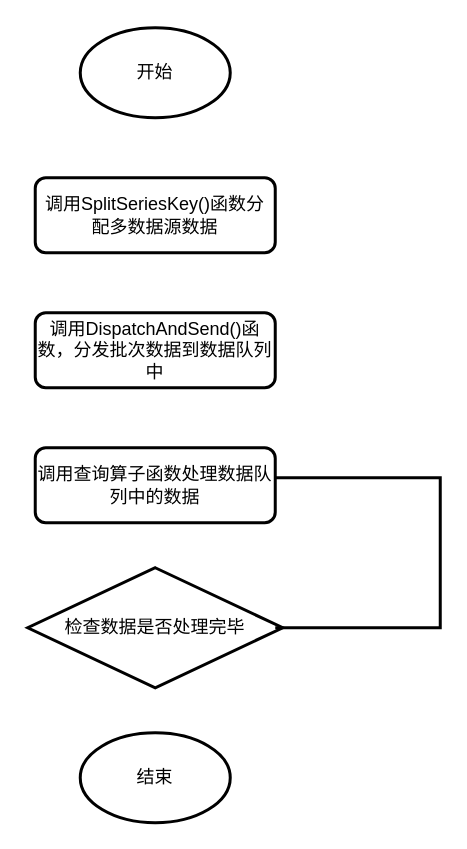
Above: patent1.drawio in LLThomas/LLThomas (draw.io), before the change. Source tidied: cells renumbered, new cells numbered last; positions are measured from the earlier drawing's top-left corner, leaving out a move shared by most shapes. Both pictures are drawn from the tidied source at 150%, with x=0, y=0 at pixel (27, 27).
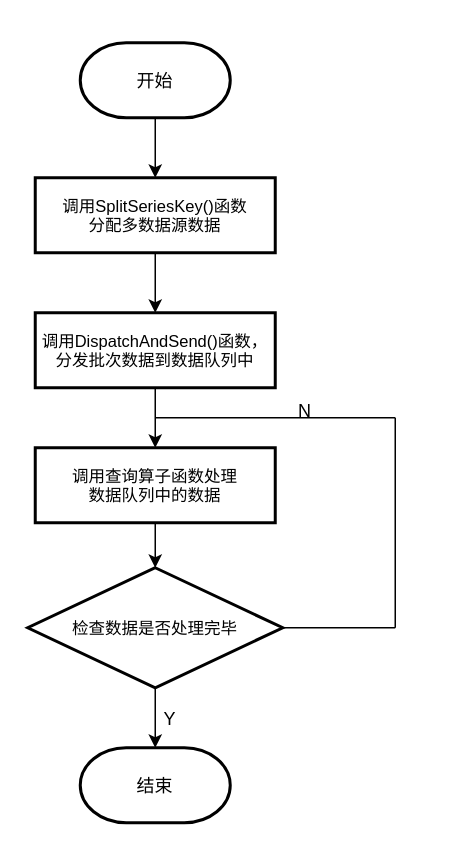
Above is the later version.

Change to the diagram source:
```diff
@@
-    <mxCell id="2" value="开始" style="strokeWidth=2;html=1;shape=mxgraph.flowchart.start_1;whiteSpace=wrap;" parent="1" vertex="1">
-      <mxGeometry x="35" width="100" height="60" as="geometry" />
-    </mxCell>
-    <mxCell id="3" value="调用SplitSeriesKey()函数分配多数据源数据" style="rounded=1;whiteSpace=wrap;html=1;absoluteArcSize=1;arcSize=14;strokeWidth=2;" parent="1" vertex="1">
+    <mxCell id="3" style="rounded=0;absoluteArcSize=1;arcSize=14;strokeWidth=2;fontSize=11;" parent="1" vertex="1">
       <mxGeometry x="5" y="100" width="160" height="50" as="geometry" />
     </mxCell>
-    <mxCell id="4" value="调用DispatchAndSend()函数，分发批次数据到数据队列中" style="rounded=1;whiteSpace=wrap;html=1;absoluteArcSize=1;arcSize=14;strokeWidth=2;" parent="1" vertex="1">
+    <mxCell id="4" style="rounded=0;absoluteArcSize=1;arcSize=14;strokeWidth=2;" parent="1" vertex="1">
       <mxGeometry x="5" y="190" width="160" height="50" as="geometry" />
     </mxCell>
-    <mxCell id="5" value="检查数据是否处理完毕" style="strokeWidth=2;html=1;shape=mxgraph.flowchart.decision;whiteSpace=wrap;" parent="1" vertex="1">
+    <mxCell id="5" value="检查数据是否处理完毕" style="strokeWidth=2;shape=mxgraph.flowchart.decision;fontSize=11;" parent="1" vertex="1">
       <mxGeometry y="360" width="170" height="80" as="geometry" />
     </mxCell>
+    <mxCell id="7" style="rounded=0;absoluteArcSize=1;arcSize=14;strokeWidth=2;fillColor=none;" parent="1" vertex="1">
+      <mxGeometry x="5" y="280" width="160" height="50" as="geometry" />
+    </mxCell>
+    <mxCell id="9" style="endArrow=classic;rounded=0;exitX=0.5;exitY=1;exitDx=0;exitDy=0;exitPerimeter=0;entryX=0.5;entryY=0;entryDx=0;entryDy=0;" parent="1" edge="1" source="2" target="3">
+      <mxGeometry relative="1" as="geometry" />
+    </mxCell>
+    <mxCell id="10" style="endArrow=classic;rounded=0;exitX=0.5;exitY=1;exitDx=0;exitDy=0;entryX=0.5;entryY=0;entryDx=0;entryDy=0;" parent="1" edge="1" source="3" target="4">
+      <mxGeometry relative="1" as="geometry" />
+    </mxCell>
+    <mxCell id="11" style="endArrow=classic;rounded=0;exitX=0.5;exitY=1;exitDx=0;exitDy=0;entryX=0.5;entryY=0;entryDx=0;entryDy=0;" parent="1" edge="1" source="4" target="7">
+      <mxGeometry relative="1" as="geometry" />
+    </mxCell>
+    <mxCell id="12" style="endArrow=classic;rounded=0;exitX=0.5;exitY=1;exitDx=0;exitDy=0;entryX=0.5;entryY=0;entryDx=0;entryDy=0;entryPerimeter=0;" parent="1" edge="1" source="7" target="5">
+      <mxGeometry relative="1" as="geometry" />
+    </mxCell>
+    <mxCell id="13" style="endArrow=classic;rounded=0;exitX=0.5;exitY=1;exitDx=0;exitDy=0;entryX=0.5;entryY=0;entryDx=0;entryDy=0;entryPerimeter=0;exitPerimeter=0;" parent="1" edge="1" source="5" target="6">
+      <mxGeometry relative="1" as="geometry" />
+    </mxCell>
+    <mxCell id="14" value="N" style="text;strokeColor=none;fillColor=none;align=center;verticalAlign=middle;rounded=0;" parent="1" vertex="1">
+      <mxGeometry x="155" y="240" width="60" height="30" as="geometry" />
+    </mxCell>
+    <mxCell id="15" value="Y" style="text;strokeColor=none;fillColor=none;align=center;verticalAlign=middle;rounded=0;" parent="1" vertex="1">
+      <mxGeometry x="85" y="450" width="20" height="20" as="geometry" />
+    </mxCell>
+    <mxCell id="2" value="开始" style="strokeWidth=2;shape=mxgraph.flowchart.terminator;" parent="1" vertex="1">
+      <mxGeometry x="35" y="10" width="100" height="50" as="geometry" />
+    </mxCell>
-    <mxCell id="6" value="结束" style="strokeWidth=2;html=1;shape=mxgraph.flowchart.start_1;whiteSpace=wrap;" parent="1" vertex="1">
-      <mxGeometry x="35" y="470" width="100" height="60" as="geometry" />
+    <mxCell id="6" value="结束" style="strokeWidth=2;shape=mxgraph.flowchart.terminator;" parent="1" vertex="1">
+      <mxGeometry x="35" y="480" width="100" height="50" as="geometry" />
     </mxCell>
-    <mxCell id="7" value="调用查询算子函数处理数据队列中的数据" style="rounded=1;whiteSpace=wrap;html=1;absoluteArcSize=1;arcSize=14;strokeWidth=2;" parent="1" vertex="1">
-      <mxGeometry x="5" y="280" width="160" height="50" as="geometry" />
-    </mxCell>
-    <mxCell id="8" style="strokeWidth=2;html=1;shape=mxgraph.flowchart.annotation_1;align=left;direction=west;" parent="1" vertex="1">
-      <mxGeometry x="165" y="300" width="110" height="100" as="geometry" />
-    </mxCell>
+    <mxCell id="16" style="endArrow=none;rounded=0;exitX=1;exitY=0.5;exitDx=0;exitDy=0;exitPerimeter=0;" parent="1" edge="1" source="5">
+      <mxGeometry relative="1" as="geometry">
+        <mxPoint x="245" y="400" as="targetPoint" />
+      </mxGeometry>
+    </mxCell>
+    <mxCell id="17" style="endArrow=none;rounded=0;" parent="1" edge="1">
+      <mxGeometry relative="1" as="geometry">
+        <mxPoint x="245" y="400" as="sourcePoint" />
+        <mxPoint x="245" y="260" as="targetPoint" />
+      </mxGeometry>
+    </mxCell>
+    <mxCell id="18" style="endArrow=none;rounded=0;" parent="1" edge="1">
+      <mxGeometry relative="1" as="geometry">
+        <mxPoint x="85" y="260" as="sourcePoint" />
+        <mxPoint x="245" y="260" as="targetPoint" />
+      </mxGeometry>
+    </mxCell>
+    <mxCell id="19" value="调用SplitSeriesKey()函数&#10;分配多数据源数据" style="text;strokeColor=none;fillColor=none;align=center;verticalAlign=middle;rounded=0;fontSize=11;" parent="1" vertex="1">
+      <mxGeometry x="25" y="110" width="120" height="30" as="geometry" />
+    </mxCell>
+    <mxCell id="20" value="调用DispatchAndSend()函数，&#10;分发批次数据到数据队列中" style="text;strokeColor=none;fillColor=none;align=center;verticalAlign=middle;rounded=0;fontSize=11;" parent="1" vertex="1">
+      <mxGeometry x="15" y="190" width="140" height="50" as="geometry" />
+    </mxCell>
+    <mxCell id="21" value="调用查询算子函数处理&#10;数据队列中的数据" style="text;strokeColor=none;fillColor=none;align=center;verticalAlign=middle;rounded=0;fontSize=11;" parent="1" vertex="1">
+      <mxGeometry x="25" y="290" width="120" height="30" as="geometry" />
+    </mxCell>
```
